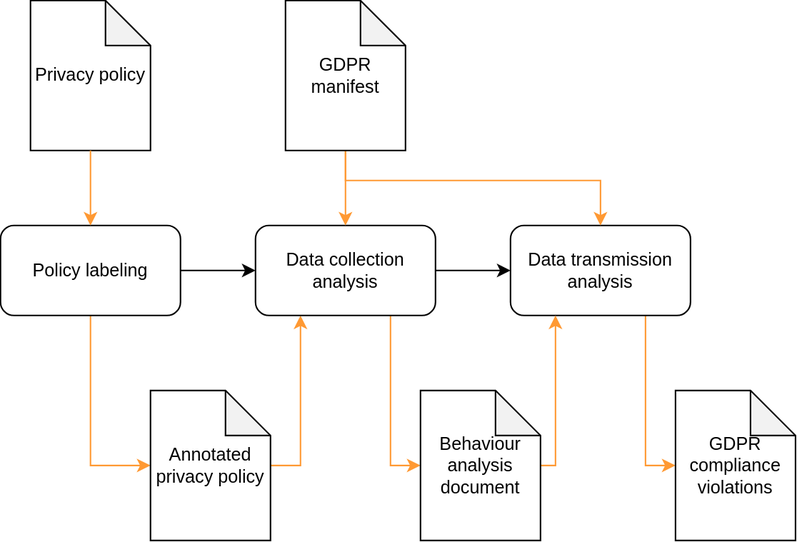
Earlier version of the draw.io export Analysis/artifactmodel/approach_visualization/an_empirical_evaluation_of_gdpr_compliance_violations_in_android_mhealth_apps.drawio.svg (angrymeir/Evaluating-Contemporary-Approaches-for-Automated-Compliance-Checks-of-Software-intensive-Systems). Source tidied: cells renumbered, new cells last; positions are measured from the earlier drawing's top-left corner, leaving out a move shared by most shapes.
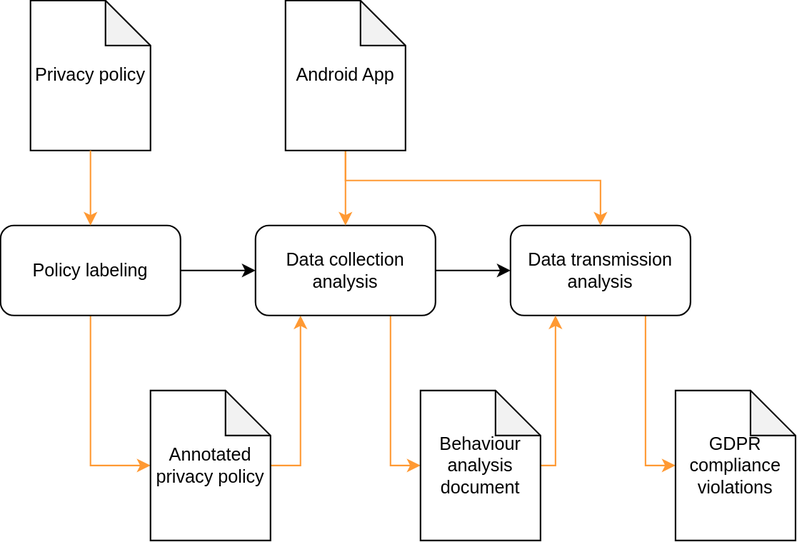
The same diagram one commit later.

Commit message:
Fix link issues of artifacts

Change to the diagram source:
```diff
@@ -59,7 +59,7 @@
         </Array>
       </mxGeometry>
     </mxCell>
-    <mxCell id="16" value="GDPR manifest" style="shape=note;whiteSpace=wrap;html=1;backgroundOutline=1;darkOpacity=0.05;" parent="1" vertex="1">
+    <mxCell id="16" value="Android App" style="shape=note;whiteSpace=wrap;html=1;backgroundOutline=1;darkOpacity=0.05;" parent="1" vertex="1">
       <mxGeometry x="190" width="80" height="100" as="geometry" />
     </mxCell>
     <mxCell id="17" style="edgeStyle=orthogonalEdgeStyle;rounded=0;jettySize=auto;html=1;entryX=0.25;entryY=1;entryDx=0;entryDy=0;strokeColor=#FF9933;" parent="1" edge="1" source="18" target="13">
```
